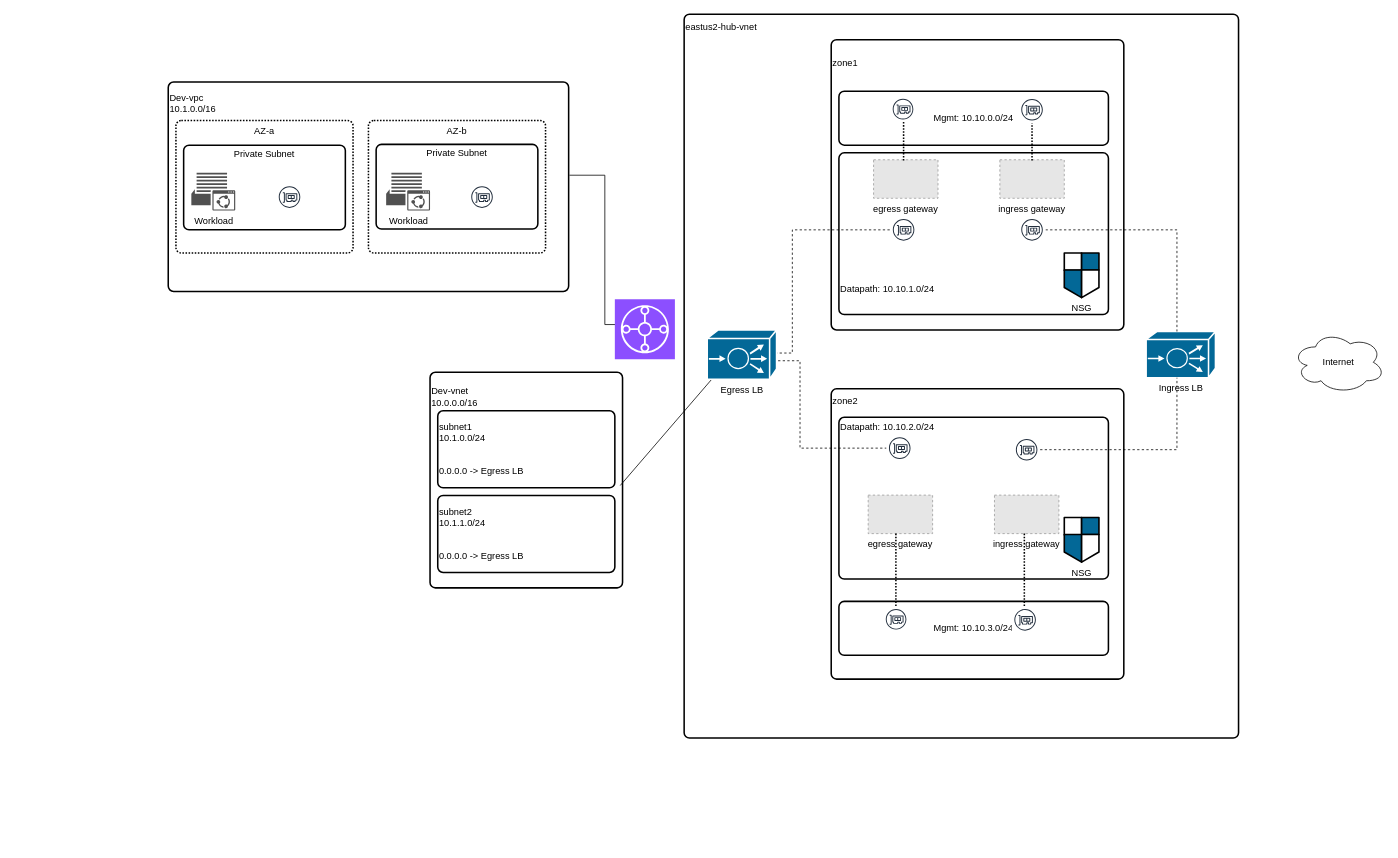
The draw.io diagram page "aws-v1" (2 of 11) of cisco-mcd-customer-x-v1.drawio in vagner-instructor/topologies, before the edit. Source tidied: cells renumbered, new cells numbered last; positions are measured from the earlier drawing's top-left corner, leaving out a move shared by most shapes. Both pictures are drawn from the tidied source at 77%, with x=0, y=0 at pixel (168, 14). Pictures stored in the file or linked from it are replaced by grey dashed boxes.
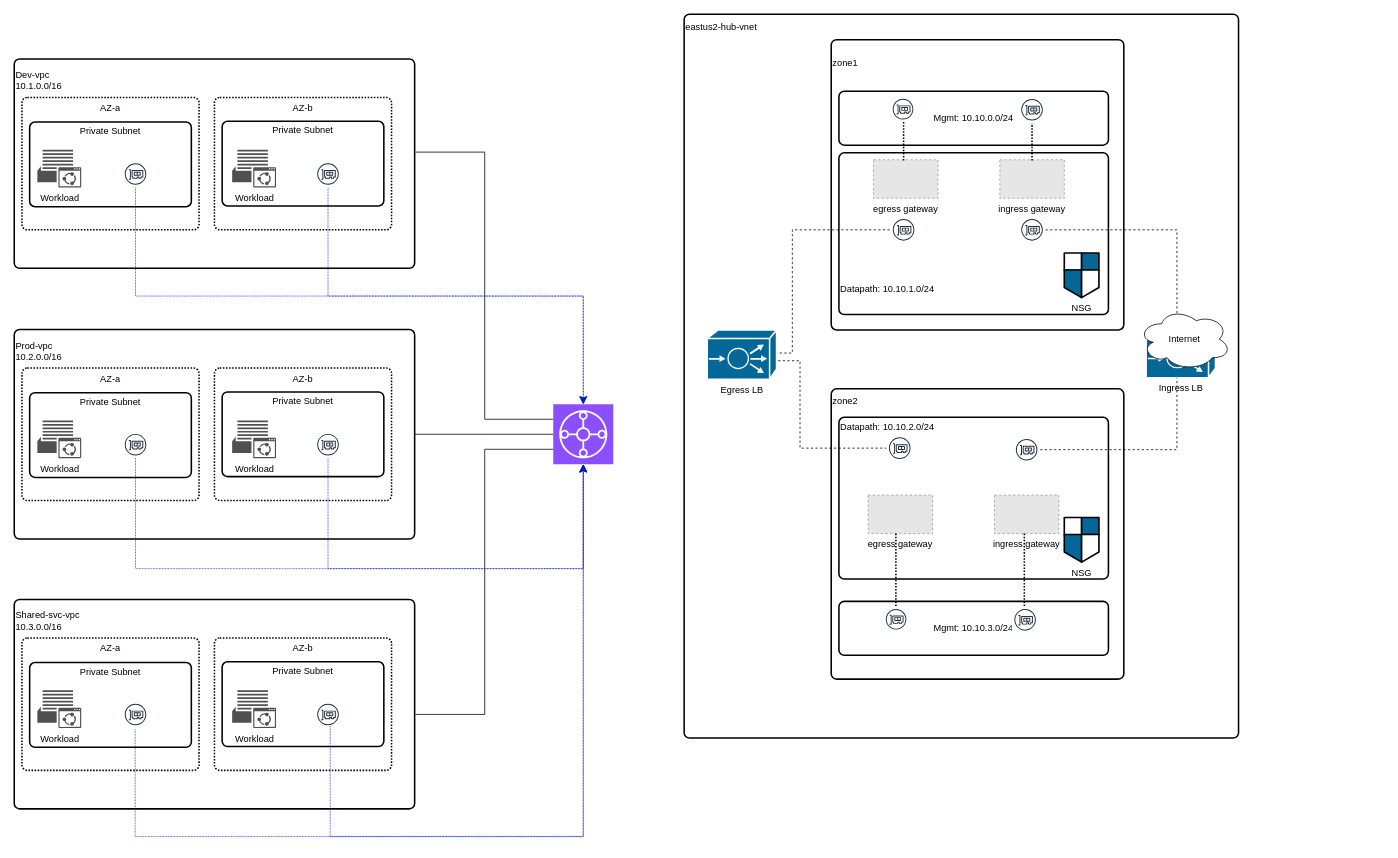
Above is the later version.

Diff of the diagram source:
```diff
@@
     <mxCell id="2" value="&lt;div&gt;Dev-vpc&lt;/div&gt;&lt;div&gt;10.1.0.0/16&lt;/div&gt;&lt;div&gt;&lt;br&gt;&lt;/div&gt;&lt;div&gt;&lt;br&gt;&lt;/div&gt;&lt;div&gt;&lt;br&gt;&lt;/div&gt;&lt;div&gt;&lt;br&gt;&lt;/div&gt;&lt;div&gt;&lt;br&gt;&lt;/div&gt;&lt;div&gt;&amp;nbsp;&lt;/div&gt;&lt;div style=&quot;&quot;&gt;&lt;br&gt;&lt;/div&gt;&lt;div style=&quot;&quot;&gt;&lt;br&gt;&lt;/div&gt;&lt;div style=&quot;&quot;&gt;&lt;br&gt;&lt;/div&gt;&lt;div style=&quot;&quot;&gt;&lt;br&gt;&lt;/div&gt;&lt;div style=&quot;&quot;&gt;&lt;br&gt;&lt;/div&gt;&lt;div style=&quot;&quot;&gt;&lt;br&gt;&lt;/div&gt;&lt;div style=&quot;&quot;&gt;&lt;br&gt;&lt;/div&gt;&lt;div style=&quot;&quot;&gt;&lt;br&gt;&lt;/div&gt;&lt;div style=&quot;&quot;&gt;&lt;br&gt;&lt;/div&gt;" style="rounded=1;whiteSpace=wrap;html=1;absoluteArcSize=1;arcSize=14;strokeWidth=2;align=left;" parent="1" vertex="1">
-      <mxGeometry y="88" width="520" height="272" as="geometry" />
+      <mxGeometry x="-200" y="58" width="520" height="272" as="geometry" />
     </mxCell>
     <mxCell id="3" value="AZ-a&lt;div&gt;&lt;br&gt;&lt;/div&gt;&lt;div&gt;&lt;br&gt;&lt;/div&gt;&lt;div&gt;&lt;br&gt;&lt;/div&gt;&lt;div&gt;&lt;br&gt;&lt;/div&gt;&lt;div style=&quot;&quot;&gt;&lt;br&gt;&lt;/div&gt;&lt;div style=&quot;&quot;&gt;&lt;br&gt;&lt;/div&gt;&lt;div style=&quot;&quot;&gt;&lt;br&gt;&lt;/div&gt;&lt;div style=&quot;&quot;&gt;&lt;br&gt;&lt;/div&gt;&lt;div style=&quot;&quot;&gt;&lt;br&gt;&lt;/div&gt;&lt;div style=&quot;&quot;&gt;&lt;br&gt;&lt;/div&gt;" style="rounded=1;whiteSpace=wrap;html=1;absoluteArcSize=1;arcSize=14;strokeWidth=2;align=center;dashed=1;dashPattern=1 1;" parent="1" vertex="1">
-      <mxGeometry x="10" y="138" width="230" height="172" as="geometry" />
+      <mxGeometry x="-190" y="108" width="230" height="172" as="geometry" />
     </mxCell>
     <mxCell id="4" value="AZ-b&lt;div&gt;&lt;br&gt;&lt;/div&gt;&lt;div&gt;&lt;br&gt;&lt;/div&gt;&lt;div&gt;&lt;br&gt;&lt;/div&gt;&lt;div&gt;&lt;br&gt;&lt;/div&gt;&lt;div&gt;&lt;br&gt;&lt;/div&gt;&lt;div&gt;&lt;br&gt;&lt;/div&gt;&lt;div&gt;&lt;br&gt;&lt;/div&gt;&lt;div&gt;&lt;br&gt;&lt;/div&gt;&lt;div&gt;&lt;br&gt;&lt;/div&gt;&lt;div&gt;&lt;br&gt;&lt;/div&gt;" style="rounded=1;whiteSpace=wrap;html=1;absoluteArcSize=1;arcSize=14;strokeWidth=2;align=center;dashed=1;dashPattern=1 1;" parent="1" vertex="1">
-      <mxGeometry x="260" y="138" width="230" height="172" as="geometry" />
+      <mxGeometry x="60" y="108" width="230" height="172" as="geometry" />
     </mxCell>
-    <mxCell id="5" value="Dev-vnet&lt;div&gt;10.0.0.0/16&lt;/div&gt;&lt;div&gt;&lt;br&gt;&lt;/div&gt;&lt;div&gt;&lt;br&gt;&lt;/div&gt;&lt;div&gt;&lt;br&gt;&lt;/div&gt;&lt;div&gt;&lt;br&gt;&lt;/div&gt;&lt;div&gt;&lt;br&gt;&lt;/div&gt;&lt;div&gt;&amp;nbsp;&lt;/div&gt;&lt;div style=&quot;&quot;&gt;&lt;br&gt;&lt;/div&gt;&lt;div style=&quot;&quot;&gt;&lt;br&gt;&lt;/div&gt;&lt;div style=&quot;&quot;&gt;&lt;br&gt;&lt;/div&gt;&lt;div style=&quot;&quot;&gt;&lt;br&gt;&lt;/div&gt;&lt;div style=&quot;&quot;&gt;&lt;br&gt;&lt;/div&gt;&lt;div style=&quot;&quot;&gt;&lt;br&gt;&lt;/div&gt;&lt;div style=&quot;&quot;&gt;&lt;br&gt;&lt;/div&gt;&lt;div style=&quot;&quot;&gt;&lt;br&gt;&lt;/div&gt;&lt;div style=&quot;&quot;&gt;&lt;br&gt;&lt;/div&gt;" style="rounded=1;whiteSpace=wrap;html=1;absoluteArcSize=1;arcSize=14;strokeWidth=2;align=left;" parent="1" vertex="1">
-      <mxGeometry x="340" y="465" width="250" height="280" as="geometry" />
-    </mxCell>
-    <mxCell id="6" value="subnet1&lt;div&gt;10.1.0.0/24&lt;/div&gt;&lt;div&gt;&lt;br&gt;&lt;/div&gt;&lt;div&gt;&lt;br&gt;&lt;/div&gt;&lt;div&gt;0.0.0.0 -&amp;gt; Egress LB&lt;/div&gt;" style="rounded=1;whiteSpace=wrap;html=1;absoluteArcSize=1;arcSize=14;strokeWidth=2;align=left;" parent="1" vertex="1">
-      <mxGeometry x="350" y="515" width="230" height="100" as="geometry" />
-    </mxCell>
-    <mxCell id="7" value="subnet2&lt;div&gt;10.1.1.0/24&lt;/div&gt;&lt;div&gt;&lt;br&gt;&lt;/div&gt;&lt;div&gt;&lt;br&gt;&lt;/div&gt;&lt;div&gt;0.0.0.0 -&amp;gt; Egress LB&lt;/div&gt;" style="rounded=1;whiteSpace=wrap;html=1;absoluteArcSize=1;arcSize=14;strokeWidth=2;align=left;" parent="1" vertex="1">
-      <mxGeometry x="350" y="625" width="230" height="100" as="geometry" />
-    </mxCell>
@@
-    <mxCell id="9" style="endArrow=classic;html=1;rounded=0;exitX=0.988;exitY=0.525;exitDx=0;exitDy=0;exitPerimeter=0;entryX=0.444;entryY=0.6;entryDx=0;entryDy=0;entryPerimeter=0;" parent="1" edge="1" source="5">
-      <mxGeometry relative="1" as="geometry">
-        <mxPoint x="730" y="446" as="targetPoint" />
-      </mxGeometry>
-    </mxCell>
@@
     <mxCell id="26" value="Internet" style="ellipse;shape=cloud;whiteSpace=wrap;html=1;" parent="1" vertex="1">
-      <mxGeometry x="1460" y="412" width="120" height="80" as="geometry" />
+      <mxGeometry x="1260" y="382" width="120" height="80" as="geometry" />
     </mxCell>
@@
-    <mxCell id="41" style="edgeStyle=elbowEdgeStyle;elbow=horizontal;endArrow=classic;html=1;curved=0;rounded=0;endSize=8;startSize=8;exitX=1.002;exitY=0.445;exitDx=0;exitDy=0;exitPerimeter=0;entryX=0.04;entryY=0.46;entryDx=0;entryDy=0;entryPerimeter=0;" parent="1" edge="1" source="2">
-      <mxGeometry relative="1" as="geometry">
-        <mxPoint x="612" y="403" as="targetPoint" />
-      </mxGeometry>
+    <mxCell id="41" style="edgeStyle=elbowEdgeStyle;elbow=horizontal;endArrow=none;html=1;curved=0;rounded=0;endSize=8;startSize=8;exitX=1.002;exitY=0.445;exitDx=0;exitDy=0;exitPerimeter=0;entryX=0;entryY=0.25;entryDx=0;entryDy=0;entryPerimeter=0;endFill=0;" parent="1" edge="1" source="2" target="48">
+      <mxGeometry relative="1" as="geometry" />
     </mxCell>
     <mxCell id="42" value="Private Subnet&lt;div&gt;&lt;br&gt;&lt;/div&gt;&lt;div&gt;&lt;br&gt;&lt;/div&gt;&lt;div&gt;&lt;br&gt;&lt;/div&gt;&lt;div&gt;&lt;br&gt;&lt;/div&gt;&lt;div&gt;&lt;br&gt;&lt;/div&gt;&lt;div&gt;&lt;br&gt;&lt;/div&gt;" style="rounded=1;whiteSpace=wrap;html=1;absoluteArcSize=1;arcSize=14;strokeWidth=2;" parent="1" vertex="1">
-      <mxGeometry x="20" y="170" width="210" height="110" as="geometry" />
+      <mxGeometry x="-180" y="140" width="210" height="110" as="geometry" />
     </mxCell>
     <mxCell id="43" value="Private Subnet&lt;div&gt;&lt;br&gt;&lt;/div&gt;&lt;div&gt;&lt;br&gt;&lt;/div&gt;&lt;div&gt;&lt;br&gt;&lt;/div&gt;&lt;div&gt;&lt;br&gt;&lt;/div&gt;&lt;div&gt;&lt;br&gt;&lt;/div&gt;&lt;div&gt;&lt;br&gt;&lt;/div&gt;" style="rounded=1;whiteSpace=wrap;html=1;absoluteArcSize=1;arcSize=14;strokeWidth=2;" parent="1" vertex="1">
-      <mxGeometry x="270" y="169" width="210" height="110" as="geometry" />
+      <mxGeometry x="70" y="139" width="210" height="110" as="geometry" />
     </mxCell>
     <mxCell id="44" style="sketch=0;outlineConnect=0;fontColor=#232F3E;gradientColor=none;strokeColor=#232F3E;fillColor=#ffffff;dashed=0;verticalLabelPosition=bottom;verticalAlign=top;align=center;html=1;fontSize=12;fontStyle=0;shape=mxgraph.aws4.resourceIcon;resIcon=mxgraph.aws4.elastic_network_interface;" parent="1" vertex="1">
-      <mxGeometry x="140" y="220" width="35" height="35" as="geometry" />
+      <mxGeometry x="-60" y="190" width="35" height="35" as="geometry" />
     </mxCell>
     <mxCell id="45" style="sketch=0;outlineConnect=0;fontColor=#232F3E;gradientColor=none;strokeColor=#232F3E;fillColor=#ffffff;dashed=0;verticalLabelPosition=bottom;verticalAlign=top;align=center;html=1;fontSize=12;fontStyle=0;shape=mxgraph.aws4.resourceIcon;resIcon=mxgraph.aws4.elastic_network_interface;" parent="1" vertex="1">
-      <mxGeometry x="390" y="220" width="35" height="35" as="geometry" />
+      <mxGeometry x="190" y="190" width="35" height="35" as="geometry" />
     </mxCell>
     <mxCell id="46" value="Workload" style="sketch=0;shadow=0;dashed=0;html=1;strokeColor=none;fillColor=#505050;labelPosition=center;verticalLabelPosition=bottom;verticalAlign=top;align=center;shape=mxgraph.office.communications.application_sharing_workload;" parent="1" vertex="1">
-      <mxGeometry x="30" y="206" width="57" height="49" as="geometry" />
+      <mxGeometry x="-170" y="176" width="57" height="49" as="geometry" />
     </mxCell>
     <mxCell id="47" value="Workload" style="sketch=0;shadow=0;dashed=0;html=1;strokeColor=none;fillColor=#505050;labelPosition=center;verticalLabelPosition=bottom;verticalAlign=top;align=center;shape=mxgraph.office.communications.application_sharing_workload;" parent="1" vertex="1">
-      <mxGeometry x="283" y="206" width="57" height="49" as="geometry" />
+      <mxGeometry x="83" y="176" width="57" height="49" as="geometry" />
     </mxCell>
     <mxCell id="48" style="sketch=0;points=[[0,0,0],[0.25,0,0],[0.5,0,0],[0.75,0,0],[1,0,0],[0,1,0],[0.25,1,0],[0.5,1,0],[0.75,1,0],[1,1,0],[0,0.25,0],[0,0.5,0],[0,0.75,0],[1,0.25,0],[1,0.5,0],[1,0.75,0]];outlineConnect=0;fontColor=#232F3E;fillColor=#8C4FFF;strokeColor=#ffffff;dashed=0;verticalLabelPosition=bottom;verticalAlign=top;align=center;html=1;fontSize=12;fontStyle=0;shape=mxgraph.aws4.resourceIcon;resIcon=mxgraph.aws4.transit_gateway;" parent="1" vertex="1">
-      <mxGeometry x="580" y="370" width="78" height="78" as="geometry" />
+      <mxGeometry x="500" y="506.5" width="78" height="78" as="geometry" />
     </mxCell>
+    <mxCell id="49" value="&lt;div&gt;Prod-vpc&lt;/div&gt;&lt;div&gt;10.2.0.0/16&lt;/div&gt;&lt;div&gt;&lt;br&gt;&lt;/div&gt;&lt;div&gt;&lt;br&gt;&lt;/div&gt;&lt;div&gt;&lt;br&gt;&lt;/div&gt;&lt;div&gt;&lt;br&gt;&lt;/div&gt;&lt;div&gt;&lt;br&gt;&lt;/div&gt;&lt;div&gt;&amp;nbsp;&lt;/div&gt;&lt;div style=&quot;&quot;&gt;&lt;br&gt;&lt;/div&gt;&lt;div style=&quot;&quot;&gt;&lt;br&gt;&lt;/div&gt;&lt;div style=&quot;&quot;&gt;&lt;br&gt;&lt;/div&gt;&lt;div style=&quot;&quot;&gt;&lt;br&gt;&lt;/div&gt;&lt;div style=&quot;&quot;&gt;&lt;br&gt;&lt;/div&gt;&lt;div style=&quot;&quot;&gt;&lt;br&gt;&lt;/div&gt;&lt;div style=&quot;&quot;&gt;&lt;br&gt;&lt;/div&gt;&lt;div style=&quot;&quot;&gt;&lt;br&gt;&lt;/div&gt;&lt;div style=&quot;&quot;&gt;&lt;br&gt;&lt;/div&gt;" style="rounded=1;whiteSpace=wrap;html=1;absoluteArcSize=1;arcSize=14;strokeWidth=2;align=left;" parent="1" vertex="1">
+      <mxGeometry x="-200" y="409.5" width="520" height="272" as="geometry" />
+    </mxCell>
+    <mxCell id="50" value="AZ-a&lt;div&gt;&lt;br&gt;&lt;/div&gt;&lt;div&gt;&lt;br&gt;&lt;/div&gt;&lt;div&gt;&lt;br&gt;&lt;/div&gt;&lt;div&gt;&lt;br&gt;&lt;/div&gt;&lt;div style=&quot;&quot;&gt;&lt;br&gt;&lt;/div&gt;&lt;div style=&quot;&quot;&gt;&lt;br&gt;&lt;/div&gt;&lt;div style=&quot;&quot;&gt;&lt;br&gt;&lt;/div&gt;&lt;div style=&quot;&quot;&gt;&lt;br&gt;&lt;/div&gt;&lt;div style=&quot;&quot;&gt;&lt;br&gt;&lt;/div&gt;&lt;div style=&quot;&quot;&gt;&lt;br&gt;&lt;/div&gt;" style="rounded=1;whiteSpace=wrap;html=1;absoluteArcSize=1;arcSize=14;strokeWidth=2;align=center;dashed=1;dashPattern=1 1;" parent="1" vertex="1">
+      <mxGeometry x="-190" y="459.5" width="230" height="172" as="geometry" />
+    </mxCell>
+    <mxCell id="51" value="AZ-b&lt;div&gt;&lt;br&gt;&lt;/div&gt;&lt;div&gt;&lt;br&gt;&lt;/div&gt;&lt;div&gt;&lt;br&gt;&lt;/div&gt;&lt;div&gt;&lt;br&gt;&lt;/div&gt;&lt;div&gt;&lt;br&gt;&lt;/div&gt;&lt;div&gt;&lt;br&gt;&lt;/div&gt;&lt;div&gt;&lt;br&gt;&lt;/div&gt;&lt;div&gt;&lt;br&gt;&lt;/div&gt;&lt;div&gt;&lt;br&gt;&lt;/div&gt;&lt;div&gt;&lt;br&gt;&lt;/div&gt;" style="rounded=1;whiteSpace=wrap;html=1;absoluteArcSize=1;arcSize=14;strokeWidth=2;align=center;dashed=1;dashPattern=1 1;" parent="1" vertex="1">
+      <mxGeometry x="60" y="459.5" width="230" height="172" as="geometry" />
+    </mxCell>
+    <mxCell id="52" value="Private Subnet&lt;div&gt;&lt;br&gt;&lt;/div&gt;&lt;div&gt;&lt;br&gt;&lt;/div&gt;&lt;div&gt;&lt;br&gt;&lt;/div&gt;&lt;div&gt;&lt;br&gt;&lt;/div&gt;&lt;div&gt;&lt;br&gt;&lt;/div&gt;&lt;div&gt;&lt;br&gt;&lt;/div&gt;" style="rounded=1;whiteSpace=wrap;html=1;absoluteArcSize=1;arcSize=14;strokeWidth=2;" parent="1" vertex="1">
+      <mxGeometry x="-180" y="491.5" width="210" height="110" as="geometry" />
+    </mxCell>
+    <mxCell id="53" value="Private Subnet&lt;div&gt;&lt;br&gt;&lt;/div&gt;&lt;div&gt;&lt;br&gt;&lt;/div&gt;&lt;div&gt;&lt;br&gt;&lt;/div&gt;&lt;div&gt;&lt;br&gt;&lt;/div&gt;&lt;div&gt;&lt;br&gt;&lt;/div&gt;&lt;div&gt;&lt;br&gt;&lt;/div&gt;" style="rounded=1;whiteSpace=wrap;html=1;absoluteArcSize=1;arcSize=14;strokeWidth=2;" parent="1" vertex="1">
+      <mxGeometry x="70" y="490.5" width="210" height="110" as="geometry" />
+    </mxCell>
+    <mxCell id="54" style="sketch=0;outlineConnect=0;fontColor=#232F3E;gradientColor=none;strokeColor=#232F3E;fillColor=#ffffff;dashed=0;verticalLabelPosition=bottom;verticalAlign=top;align=center;html=1;fontSize=12;fontStyle=0;shape=mxgraph.aws4.resourceIcon;resIcon=mxgraph.aws4.elastic_network_interface;" parent="1" vertex="1">
+      <mxGeometry x="-60" y="541.5" width="35" height="35" as="geometry" />
+    </mxCell>
+    <mxCell id="55" style="sketch=0;outlineConnect=0;fontColor=#232F3E;gradientColor=none;strokeColor=#232F3E;fillColor=#ffffff;dashed=0;verticalLabelPosition=bottom;verticalAlign=top;align=center;html=1;fontSize=12;fontStyle=0;shape=mxgraph.aws4.resourceIcon;resIcon=mxgraph.aws4.elastic_network_interface;" parent="1" vertex="1">
+      <mxGeometry x="190" y="541.5" width="35" height="35" as="geometry" />
+    </mxCell>
+    <mxCell id="56" value="Workload" style="sketch=0;shadow=0;dashed=0;html=1;strokeColor=none;fillColor=#505050;labelPosition=center;verticalLabelPosition=bottom;verticalAlign=top;align=center;shape=mxgraph.office.communications.application_sharing_workload;" parent="1" vertex="1">
+      <mxGeometry x="-170" y="527.5" width="57" height="49" as="geometry" />
+    </mxCell>
+    <mxCell id="57" value="Workload" style="sketch=0;shadow=0;dashed=0;html=1;strokeColor=none;fillColor=#505050;labelPosition=center;verticalLabelPosition=bottom;verticalAlign=top;align=center;shape=mxgraph.office.communications.application_sharing_workload;" parent="1" vertex="1">
+      <mxGeometry x="83" y="527.5" width="57" height="49" as="geometry" />
+    </mxCell>
+    <mxCell id="58" value="&lt;div&gt;Shared-svc-vpc&lt;/div&gt;&lt;div&gt;10.3.0.0/16&lt;/div&gt;&lt;div&gt;&lt;br&gt;&lt;/div&gt;&lt;div&gt;&lt;br&gt;&lt;/div&gt;&lt;div&gt;&lt;br&gt;&lt;/div&gt;&lt;div&gt;&lt;br&gt;&lt;/div&gt;&lt;div&gt;&lt;br&gt;&lt;/div&gt;&lt;div&gt;&amp;nbsp;&lt;/div&gt;&lt;div style=&quot;&quot;&gt;&lt;br&gt;&lt;/div&gt;&lt;div style=&quot;&quot;&gt;&lt;br&gt;&lt;/div&gt;&lt;div style=&quot;&quot;&gt;&lt;br&gt;&lt;/div&gt;&lt;div style=&quot;&quot;&gt;&lt;br&gt;&lt;/div&gt;&lt;div style=&quot;&quot;&gt;&lt;br&gt;&lt;/div&gt;&lt;div style=&quot;&quot;&gt;&lt;br&gt;&lt;/div&gt;&lt;div style=&quot;&quot;&gt;&lt;br&gt;&lt;/div&gt;&lt;div style=&quot;&quot;&gt;&lt;br&gt;&lt;/div&gt;&lt;div style=&quot;&quot;&gt;&lt;br&gt;&lt;/div&gt;" style="rounded=1;whiteSpace=wrap;html=1;absoluteArcSize=1;arcSize=14;strokeWidth=2;align=left;" parent="1" vertex="1">
+      <mxGeometry x="-200" y="760" width="520" height="272" as="geometry" />
+    </mxCell>
+    <mxCell id="59" value="AZ-a&lt;div&gt;&lt;br&gt;&lt;/div&gt;&lt;div&gt;&lt;br&gt;&lt;/div&gt;&lt;div&gt;&lt;br&gt;&lt;/div&gt;&lt;div&gt;&lt;br&gt;&lt;/div&gt;&lt;div style=&quot;&quot;&gt;&lt;br&gt;&lt;/div&gt;&lt;div style=&quot;&quot;&gt;&lt;br&gt;&lt;/div&gt;&lt;div style=&quot;&quot;&gt;&lt;br&gt;&lt;/div&gt;&lt;div style=&quot;&quot;&gt;&lt;br&gt;&lt;/div&gt;&lt;div style=&quot;&quot;&gt;&lt;br&gt;&lt;/div&gt;&lt;div style=&quot;&quot;&gt;&lt;br&gt;&lt;/div&gt;" style="rounded=1;whiteSpace=wrap;html=1;absoluteArcSize=1;arcSize=14;strokeWidth=2;align=center;dashed=1;dashPattern=1 1;" parent="1" vertex="1">
+      <mxGeometry x="-190" y="810" width="230" height="172" as="geometry" />
+    </mxCell>
+    <mxCell id="60" value="AZ-b&lt;div&gt;&lt;br&gt;&lt;/div&gt;&lt;div&gt;&lt;br&gt;&lt;/div&gt;&lt;div&gt;&lt;br&gt;&lt;/div&gt;&lt;div&gt;&lt;br&gt;&lt;/div&gt;&lt;div&gt;&lt;br&gt;&lt;/div&gt;&lt;div&gt;&lt;br&gt;&lt;/div&gt;&lt;div&gt;&lt;br&gt;&lt;/div&gt;&lt;div&gt;&lt;br&gt;&lt;/div&gt;&lt;div&gt;&lt;br&gt;&lt;/div&gt;&lt;div&gt;&lt;br&gt;&lt;/div&gt;" style="rounded=1;whiteSpace=wrap;html=1;absoluteArcSize=1;arcSize=14;strokeWidth=2;align=center;dashed=1;dashPattern=1 1;" parent="1" vertex="1">
+      <mxGeometry x="60" y="810" width="230" height="172" as="geometry" />
+    </mxCell>
+    <mxCell id="61" value="Private Subnet&lt;div&gt;&lt;br&gt;&lt;/div&gt;&lt;div&gt;&lt;br&gt;&lt;/div&gt;&lt;div&gt;&lt;br&gt;&lt;/div&gt;&lt;div&gt;&lt;br&gt;&lt;/div&gt;&lt;div&gt;&lt;br&gt;&lt;/div&gt;&lt;div&gt;&lt;br&gt;&lt;/div&gt;" style="rounded=1;whiteSpace=wrap;html=1;absoluteArcSize=1;arcSize=14;strokeWidth=2;" parent="1" vertex="1">
+      <mxGeometry x="-180" y="842" width="210" height="110" as="geometry" />
+    </mxCell>
+    <mxCell id="62" value="Private Subnet&lt;div&gt;&lt;br&gt;&lt;/div&gt;&lt;div&gt;&lt;br&gt;&lt;/div&gt;&lt;div&gt;&lt;br&gt;&lt;/div&gt;&lt;div&gt;&lt;br&gt;&lt;/div&gt;&lt;div&gt;&lt;br&gt;&lt;/div&gt;&lt;div&gt;&lt;br&gt;&lt;/div&gt;" style="rounded=1;whiteSpace=wrap;html=1;absoluteArcSize=1;arcSize=14;strokeWidth=2;" parent="1" vertex="1">
+      <mxGeometry x="70" y="841" width="210" height="110" as="geometry" />
+    </mxCell>
+    <mxCell id="63" style="sketch=0;outlineConnect=0;fontColor=#232F3E;gradientColor=none;strokeColor=#232F3E;fillColor=#ffffff;dashed=0;verticalLabelPosition=bottom;verticalAlign=top;align=center;html=1;fontSize=12;fontStyle=0;shape=mxgraph.aws4.resourceIcon;resIcon=mxgraph.aws4.elastic_network_interface;" parent="1" vertex="1">
+      <mxGeometry x="-60" y="892" width="35" height="35" as="geometry" />
+    </mxCell>
+    <mxCell id="64" style="sketch=0;outlineConnect=0;fontColor=#232F3E;gradientColor=none;strokeColor=#232F3E;fillColor=#ffffff;dashed=0;verticalLabelPosition=bottom;verticalAlign=top;align=center;html=1;fontSize=12;fontStyle=0;shape=mxgraph.aws4.resourceIcon;resIcon=mxgraph.aws4.elastic_network_interface;" parent="1" vertex="1">
+      <mxGeometry x="190" y="892" width="35" height="35" as="geometry" />
+    </mxCell>
+    <mxCell id="65" value="Workload" style="sketch=0;shadow=0;dashed=0;html=1;strokeColor=none;fillColor=#505050;labelPosition=center;verticalLabelPosition=bottom;verticalAlign=top;align=center;shape=mxgraph.office.communications.application_sharing_workload;" parent="1" vertex="1">
+      <mxGeometry x="-170" y="878" width="57" height="49" as="geometry" />
+    </mxCell>
+    <mxCell id="66" value="Workload" style="sketch=0;shadow=0;dashed=0;html=1;strokeColor=none;fillColor=#505050;labelPosition=center;verticalLabelPosition=bottom;verticalAlign=top;align=center;shape=mxgraph.office.communications.application_sharing_workload;" parent="1" vertex="1">
+      <mxGeometry x="83" y="878" width="57" height="49" as="geometry" />
+    </mxCell>
+    <mxCell id="67" style="edgeStyle=elbowEdgeStyle;elbow=horizontal;endArrow=none;html=1;curved=0;rounded=0;endSize=8;startSize=8;exitX=1;exitY=0.5;exitDx=0;exitDy=0;entryX=0;entryY=0.5;entryDx=0;entryDy=0;entryPerimeter=0;endFill=0;" parent="1" edge="1" source="49" target="48">
+      <mxGeometry relative="1" as="geometry" />
+    </mxCell>
+    <mxCell id="68" style="edgeStyle=elbowEdgeStyle;elbow=horizontal;endArrow=none;html=1;curved=0;rounded=0;endSize=8;startSize=8;exitX=1.002;exitY=0.549;exitDx=0;exitDy=0;exitPerimeter=0;endFill=0;entryX=0;entryY=0.75;entryDx=0;entryDy=0;entryPerimeter=0;" parent="1" edge="1" source="58" target="48">
+      <mxGeometry relative="1" as="geometry" />
+    </mxCell>
+    <mxCell id="69" style="edgeStyle=elbowEdgeStyle;elbow=vertical;endArrow=classic;html=1;curved=0;rounded=0;endSize=8;startSize=8;entryX=0.5;entryY=0;entryDx=0;entryDy=0;entryPerimeter=0;fillColor=#0050ef;strokeColor=#001DBC;dashed=1;dashPattern=1 1;" parent="1" edge="1" source="44" target="48">
+      <mxGeometry relative="1" as="geometry" />
+    </mxCell>
+    <mxCell id="70" style="edgeStyle=elbowEdgeStyle;elbow=vertical;endArrow=classic;html=1;curved=0;rounded=0;endSize=8;startSize=8;entryX=0.5;entryY=0;entryDx=0;entryDy=0;entryPerimeter=0;dashed=1;dashPattern=1 1;fillColor=#0050ef;strokeColor=#001DBC;" parent="1" edge="1" source="45" target="48">
+      <mxGeometry relative="1" as="geometry" />
+    </mxCell>
+    <mxCell id="71" style="edgeStyle=elbowEdgeStyle;elbow=vertical;endArrow=classic;html=1;curved=0;rounded=0;endSize=8;startSize=8;entryX=0.5;entryY=1;entryDx=0;entryDy=0;entryPerimeter=0;fillColor=#0050ef;strokeColor=#001DBC;dashed=1;dashPattern=1 1;" parent="1" edge="1" source="54" target="48">
+      <mxGeometry relative="1" as="geometry">
+        <Array as="points">
+          <mxPoint x="250" y="720" />
+        </Array>
+      </mxGeometry>
+    </mxCell>
+    <mxCell id="72" style="edgeStyle=elbowEdgeStyle;elbow=vertical;endArrow=classic;html=1;curved=0;rounded=0;endSize=8;startSize=8;entryX=0.5;entryY=1;entryDx=0;entryDy=0;entryPerimeter=0;dashed=1;dashPattern=1 1;fillColor=#0050ef;strokeColor=#001DBC;" parent="1" edge="1" source="55" target="48">
+      <mxGeometry relative="1" as="geometry">
+        <Array as="points">
+          <mxPoint x="370" y="720" />
+        </Array>
+      </mxGeometry>
+    </mxCell>
+    <mxCell id="73" style="edgeStyle=elbowEdgeStyle;elbow=vertical;endArrow=classic;html=1;curved=0;rounded=0;endSize=8;startSize=8;entryX=0.5;entryY=1;entryDx=0;entryDy=0;entryPerimeter=0;fillColor=#0050ef;strokeColor=#001DBC;dashed=1;dashPattern=1 1;exitX=0.486;exitY=1.048;exitDx=0;exitDy=0;exitPerimeter=0;" parent="1" edge="1" source="63" target="48">
+      <mxGeometry relative="1" as="geometry">
+        <Array as="points">
+          <mxPoint x="250" y="1068" />
+        </Array>
+      </mxGeometry>
+    </mxCell>
+    <mxCell id="74" style="edgeStyle=elbowEdgeStyle;elbow=vertical;endArrow=classic;html=1;curved=0;rounded=0;endSize=8;startSize=8;entryX=0.5;entryY=1;entryDx=0;entryDy=0;entryPerimeter=0;dashed=1;dashPattern=1 1;fillColor=#0050ef;strokeColor=#001DBC;exitX=0.581;exitY=0.933;exitDx=0;exitDy=0;exitPerimeter=0;" parent="1" edge="1" source="64" target="48">
+      <mxGeometry relative="1" as="geometry">
+        <Array as="points">
+          <mxPoint x="370" y="1068" />
+        </Array>
+      </mxGeometry>
+    </mxCell>
```
